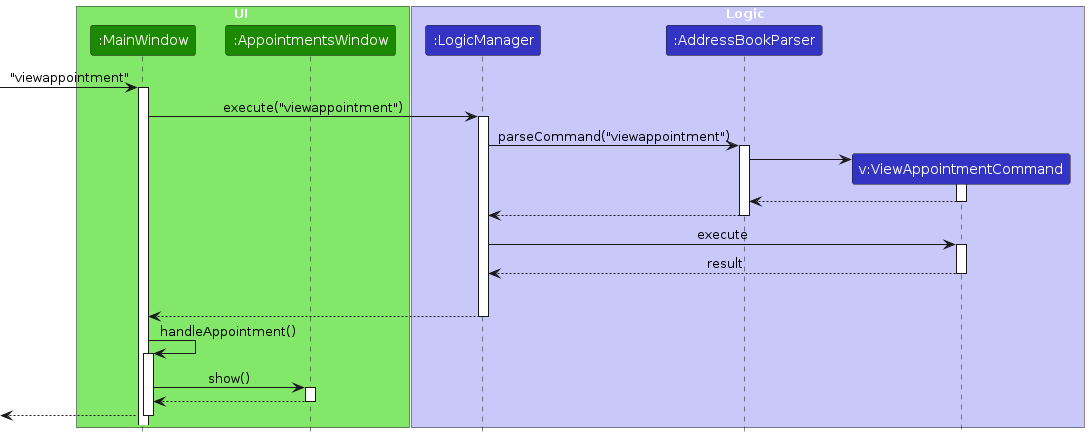
ryanongwx/tp keeps this PlantUML diagram as diagrams/ViewAppointmentSequenceDiagram.png. Above is the earlier version. Its source is kept beside it as diagrams/ViewAppointmentSequenceDiagram.puml.
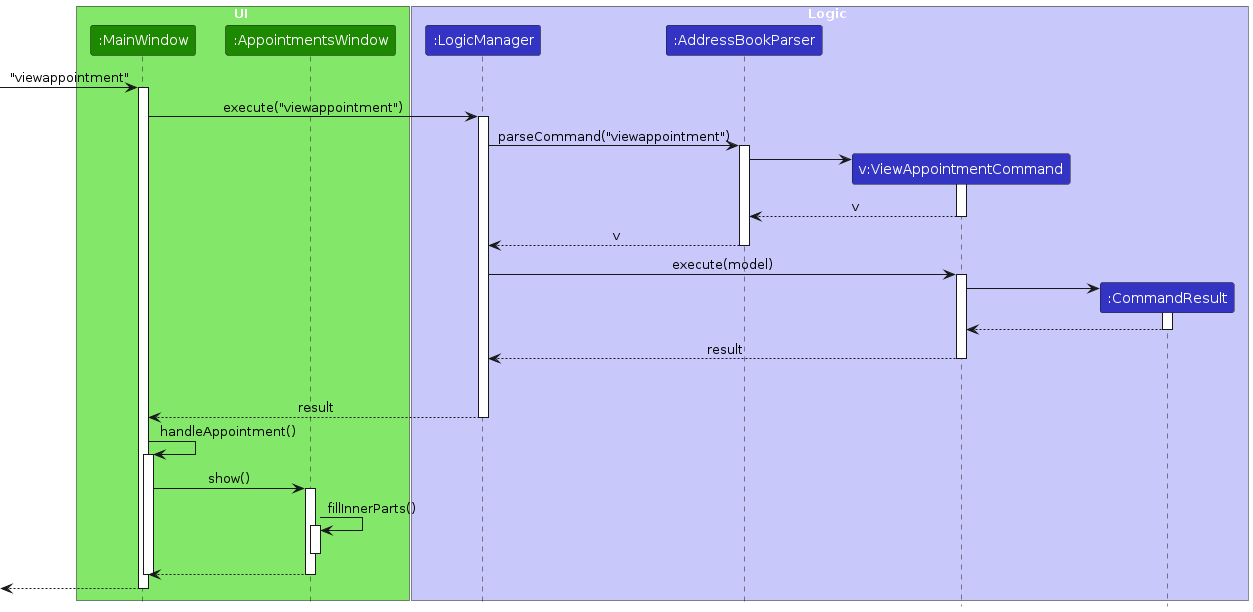
Later version of the same file.

The edit, as a diff of the source:
```diff
@@ -11,6 +11,7 @@
 participant ":LogicManager" as LogicManager LOGIC_COLOR
 participant ":AddressBookParser" as AddressBookParser LOGIC_COLOR
 participant "v:ViewAppointmentCommand" as ViewAppointmentCommand LOGIC_COLOR
+participant ":CommandResult" as CommandResult LOGIC_COLOR
 end box
 
 [-> MainWindow : "viewappointment"
@@ -26,20 +27,27 @@
 AddressBookParser -> ViewAppointmentCommand
 activate ViewAppointmentCommand
 
-ViewAppointmentCommand --> AddressBookParser
+ViewAppointmentCommand --> AddressBookParser : v
 deactivate ViewAppointmentCommand
 
-AddressBookParser --> LogicManager
+AddressBookParser --> LogicManager : v
 deactivate AddressBookParser
 
-LogicManager -> ViewAppointmentCommand : execute
+LogicManager -> ViewAppointmentCommand : execute(model)
 activate ViewAppointmentCommand
+
+create CommandResult
+ViewAppointmentCommand -> CommandResult
+activate CommandResult
+
+CommandResult --> ViewAppointmentCommand
+deactivate CommandResult
 
 ViewAppointmentCommand --> LogicManager : result
 deactivate ViewAppointmentCommand
 ViewAppointmentCommand -[hidden]-> LogicManager : result
 
-MainWindow <-- LogicManager
+MainWindow <-- LogicManager : result
 deactivate LogicManager
 
 MainWindow -> MainWindow : handleAppointment()
@@ -48,8 +56,14 @@
 MainWindow -> AppointmentsWindow : show()
 activate AppointmentsWindow
 
+AppointmentsWindow -> AppointmentsWindow : fillInnerParts()
+activate AppointmentsWindow
+deactivate AppointmentsWindow
+
 AppointmentsWindow --> MainWindow
 deactivate AppointmentsWindow
+
+deactivate MainWindow
 
 [<-- MainWindow
 deactivate MainWindow
```
